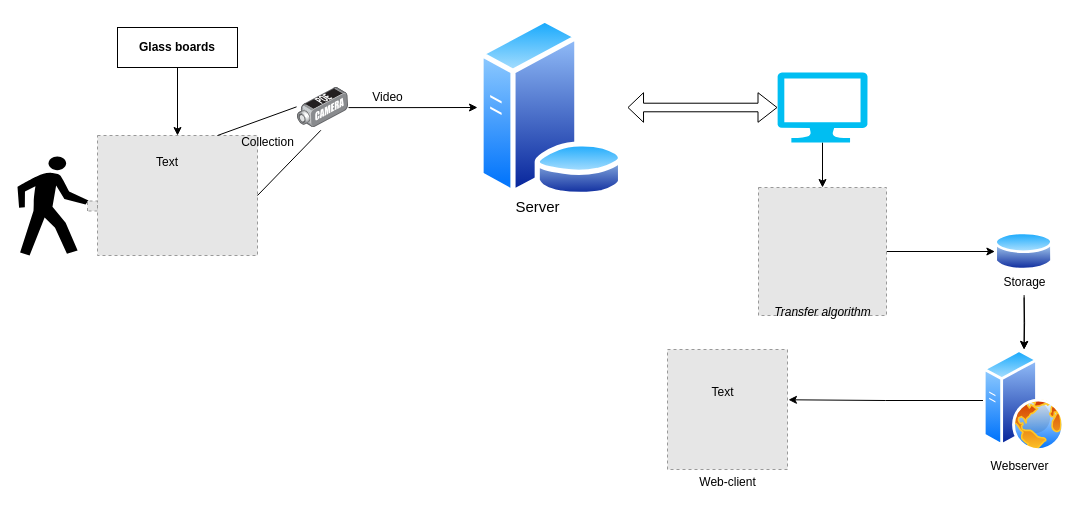
Before: Biểu đồ không có tiêu đề.drawio in UIT20522097/UIT20522097.github.io, a draw.io diagram. Source tidied: cells renumbered, new cells numbered last; positions are measured from the earlier drawing's top-left corner, leaving out a move shared by most shapes. Both pictures are drawn from the tidied source at 100%, with x=0, y=0 at pixel (17, 17). Pictures stored in the file or linked from it are replaced by grey dashed boxes.
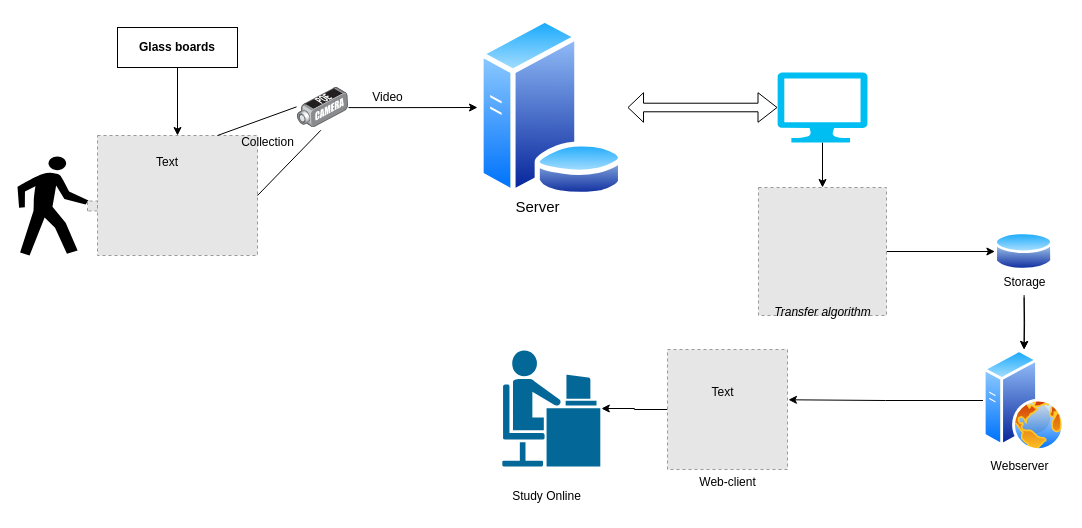
The same diagram, later.

Commit message (it also covers changes not shown here):
Cập nhật Biểu đồ không có tiêu đề.drawio

Unchanged cells that the change refers to:
```xml
<mxCell id="29" style="fillColor=#E6E6E6;strokeColor=#999999;dashed=1;verticalLabelPosition=bottom;labelBackgroundColor=default;verticalAlign=top;" parent="1" vertex="1">
  <mxGeometry x="650" y="332" width="120" height="120" as="geometry" />
</mxCell>
```

Change to the diagram source:
```diff
@@
+    <mxCell id="32" style="edgeStyle=orthogonalEdgeStyle;rounded=0;jettySize=auto;html=1;" parent="1" edge="1" source="29" target="33">
+      <mxGeometry relative="1" as="geometry" />
+    </mxCell>
@@
+    <mxCell id="33" style="shape=mxgraph.cisco.people.androgenous_person;html=1;dashed=0;fillColor=#036897;strokeColor=#ffffff;strokeWidth=2;verticalLabelPosition=bottom;verticalAlign=top;align=center;outlineConnect=0;" parent="1" vertex="1">
+      <mxGeometry x="483.8" y="332" width="100" height="118" as="geometry" />
+    </mxCell>
+    <mxCell id="34" value="Study Online" style="text;html=1;align=center;verticalAlign=middle;strokeColor=none;fillColor=none;" parent="1" vertex="1">
+      <mxGeometry x="483.8" y="464" width="90" height="30" as="geometry" />
+    </mxCell>
```
